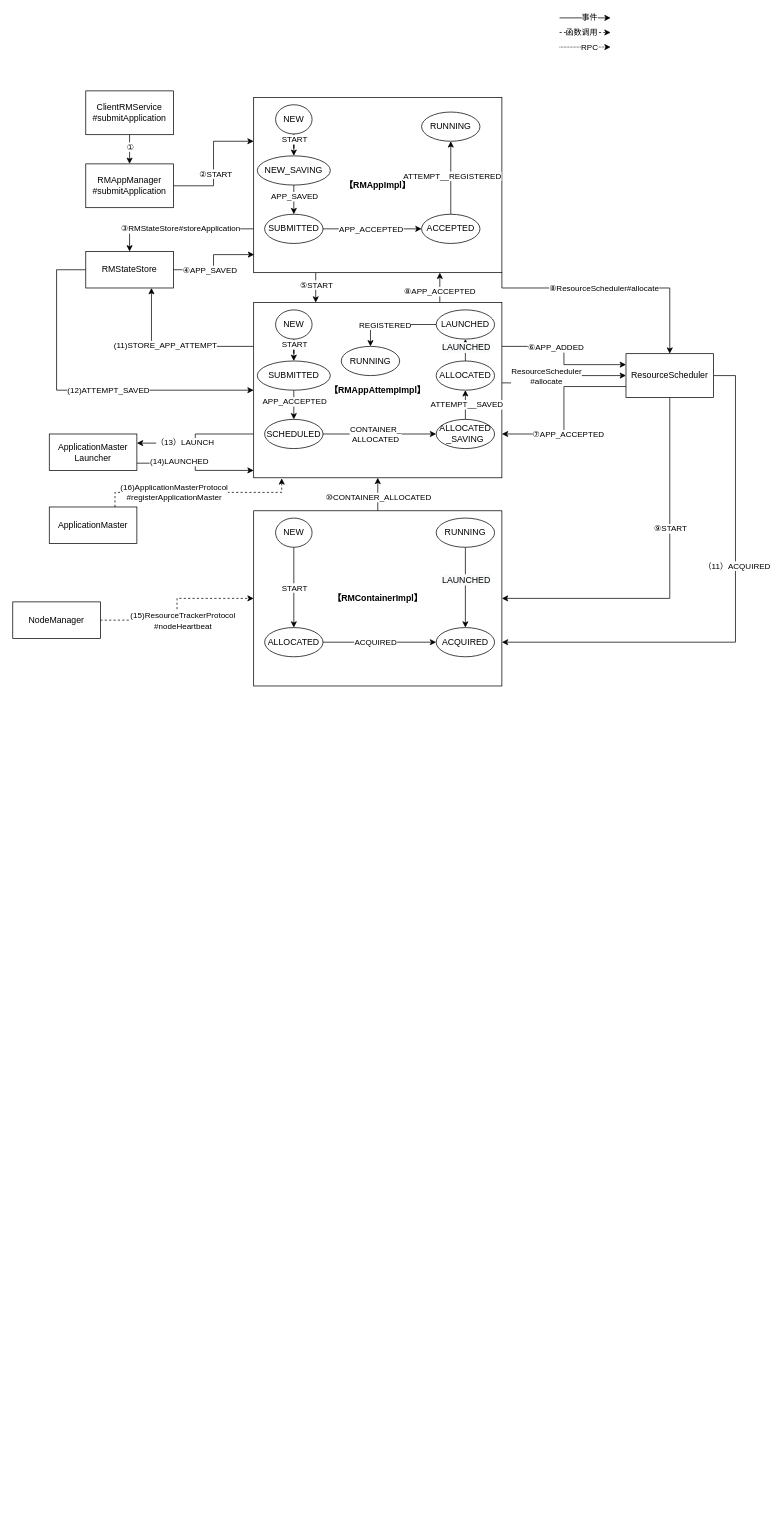
The draw.io diagram Yarn/04_应用程序提交到启动ApplicationMaster整个流程.drawio in chenshuai1995/a-imgs, before the edit. Source tidied: cells renumbered, new cells numbered last; positions are measured from the earlier drawing's top-left corner, leaving out a move shared by most shapes. Both pictures are drawn from the tidied source at 73%, with x=0, y=0 at pixel (12, 18).
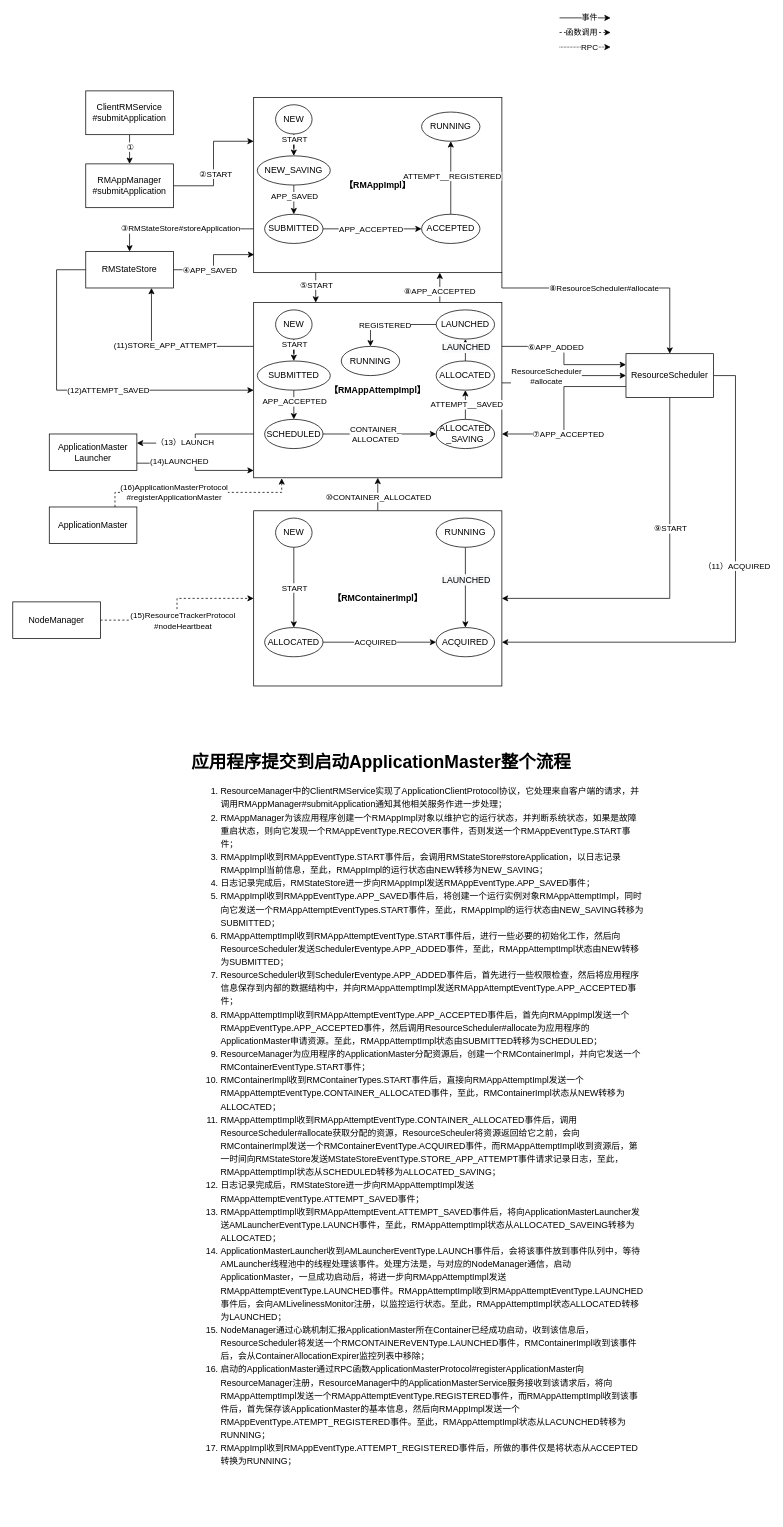
After the change.

Commit message (it also covers changes not shown here):
更新04_应用程序提交到启动ApplicationMaster整个流程.drawio

The edit, as a diff of the source:
```diff
@@
+    <mxCell id="98" value="&lt;h1&gt;应用程序提交到启动ApplicationMaster整个流程&lt;br&gt;&lt;/h1&gt;&lt;p&gt;&lt;ol style=&quot;line-height: 150%&quot;&gt;&lt;li&gt;ResourceManager中的ClientRMService实现了ApplicationClientProtocol协议，它处理来自客户端的请求，并调用RMAppManager#submitApplication通知其他相关服务作进一步处理；&lt;br&gt;&lt;/li&gt;&lt;li&gt;RMAppManager为该应用程序创建一个RMAppImpl对象以维护它的运行状态，并判断系统状态，如果是故障重启状态，则向它发现一个RMAppEventType.RECOVER事件，否则发送一个RMAppEventType.START事件；&lt;br&gt;&lt;/li&gt;&lt;li&gt;RMAppImpl收到RMAppEventType.START事件后，会调用RMStateStore#storeApplication，以日志记录RMAppImpl当前信息，至此，RMAppImpl的运行状态由NEW转移为NEW_SAVING；&lt;br&gt;&lt;/li&gt;&lt;li&gt;日志记录完成后，RMStateStore进一步向RMAppImpl发送RMAppEventType.APP_SAVED事件；&lt;br&gt;&lt;/li&gt;&lt;li&gt;RMAppImpl收到RMAppEventType.APP_SAVED事件后，将创建一个运行实例对象RMAppAttemptImpl，同时向它发送一个RMAppAttemptEventTypes.START事件，至此，RMAppImpl的运行状态由NEW_SAVING转移为SUBMITTED；&lt;br&gt;&lt;/li&gt;&lt;li&gt;RMAppAttemptImpl收到RMAppAttemptEventType.START事件后，进行一些必要的初始化工作，然后向ResourceScheduler发送SchedulerEventype.APP_ADDED事件，至此，RMAppAttemptImpl状态由NEW转移为SUBMITTED；&lt;br&gt;&lt;/li&gt;&lt;li&gt;ResourceScheduler收到SchedulerEventype.APP_ADDED事件后，首先进行一些权限检查，然后将应用程序信息保存到内部的数据结构中，并向RMAppAttemptImpl发送RMAppAttemptEventType.APP_ACCEPTED事件；&lt;br&gt;&lt;/li&gt;&lt;li&gt;RMAppAttemptImpl收到RMAppAttemptEventType.APP_ACCEPTED事件后，首先向RMAppImpl发送一个RMAppEventType.APP_ACCEPTED事件，然后调用ResourceScheduler#allocate为应用程序的ApplicationMaster申请资源。至此，RMAppAttemptImpl状态由SUBMITTED转移为SCHEDULED；&lt;br&gt;&lt;/li&gt;&lt;li&gt;ResourceManager为应用程序的ApplicationMaster分配资源后，创建一个RMContainerImpl，并向它发送一个RMContainerEventType.START事件；&lt;br&gt;&lt;/li&gt;&lt;li&gt;RMContainerImpl收到RMContainerTypes.START事件后，直接向RMAppAttemptImpl发送一个RMAppAttemptEventType.CONTAINER_ALLOCATED事件，至此，RMContainerImpl状态从NEW转移为ALLOCATED；&lt;br&gt;&lt;/li&gt;&lt;li&gt;RMAppAttemptImpl收到RMAppAttemptEventType.CONTAINER_ALLOCATED事件后，调用ResourceScheduler#allocate获取分配的资源，ResourceScheuler将资源返回给它之前，会向RMContainerImpl发送一个RMContainerEventType.ACQUIRED事件，而RMAppAttemptImpl收到资源后，第一时间向RMStateStore发送MStateStoreEventType.STORE_APP_ATTEMPT事件请求记录日志，至此，RMAppAttemptImpl状态从SCHEDULED转移为ALLOCATED_SAVING；&lt;br&gt;&lt;/li&gt;&lt;li&gt;日志记录完成后，RMStateStore进一步向RMAppAttemptImpl发送RMAppAttemptEventType.ATTEMPT_SAVED事件；&lt;br&gt;&lt;/li&gt;&lt;li&gt;RMAppAttemptImpl收到RMAppAttemptEvent.ATTEMPT_SAVED事件后，将向ApplicationMasterLauncher发送AMLauncherEventType.LAUNCH事件，至此，RMAppAttemptImpl状态从ALLOCATED_SAVEING转移为ALLOCATED；&lt;br&gt;&lt;/li&gt;&lt;li&gt;ApplicationMasterLauncher收到AMLauncherEventType.LAUNCH事件后，会将该事件放到事件队列中，等待AMLauncher线程池中的线程处理该事件。处理方法是，与对应的NodeManager通信，启动ApplicationMaster，一旦成功启动后，将进一步向RMAppAttemptImpl发送RMAppAttemptEventType.LAUNCHED事件。RMAppAttemptImpl收到RMAppAttemptEventType.LAUNCHED事件后，会向AMLivelinessMonitor注册，以监控运行状态。至此，RMAppAttemptImpl状态ALLOCATED转移为LAUNCHED；&lt;br&gt;&lt;/li&gt;&lt;li&gt;NodeManager通过心跳机制汇报ApplicationMaster所在Container已经成功启动，收到该信息后，ResourceScheduler将发送一个RMCONTAINEReVENType.LAUNCHED事件，RMContainerImpl收到该事件后，会从ContainerAllocationExpirer监控列表中移除；&lt;br&gt;&lt;/li&gt;&lt;li&gt;启动的ApplicationMaster通过RPC函数ApplicationMasterProtocol#registerApplicationMaster向ResourceManager注册，ResourceManager中的ApplicationMasterService服务接收到该请求后，将向RMAppAttemptImpl发送一个RMAppAttemptEventType.REGISTERED事件，而RMAppAttemptImpl收到该事件后，首先保存该ApplicationMaster的基本信息，然后向RMAppImpl发送一个RMAppEventType.ATEMPT_REGISTERED事件。至此，RMAppAttemptImpl状态从LACUNCHED转移为RUNNING；&lt;br&gt;&lt;/li&gt;&lt;li&gt;RMAppImpl收到RMAppEventType.ATTEMPT_REGISTERED事件后，所做的事件仅是将状态从ACCEPTED转换为RUNNING；&lt;br&gt;&lt;/li&gt;&lt;/ol&gt;&lt;/p&gt;" style="text;html=1;strokeColor=none;fillColor=none;spacing=5;spacingTop=-20;whiteSpace=wrap;overflow=hidden;rounded=0;" parent="1" vertex="1">
+      <mxGeometry x="240" y="1000" width="630" height="1050" as="geometry" />
+    </mxCell>
```
